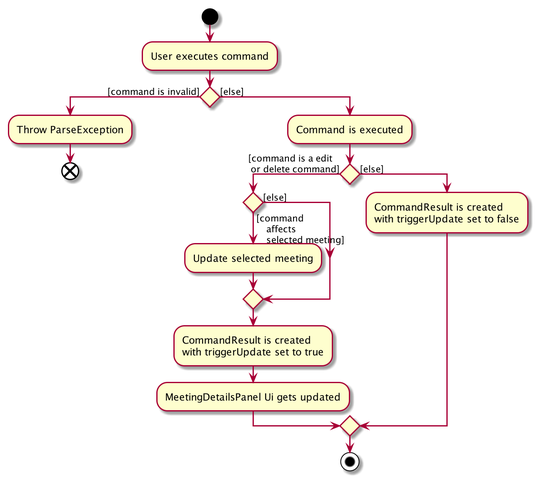
Before: docs/images/ViewMeetingActivityDiagram.png, a diagram exported from PlantUML (nus-cs2103-AY2021S1/tp).
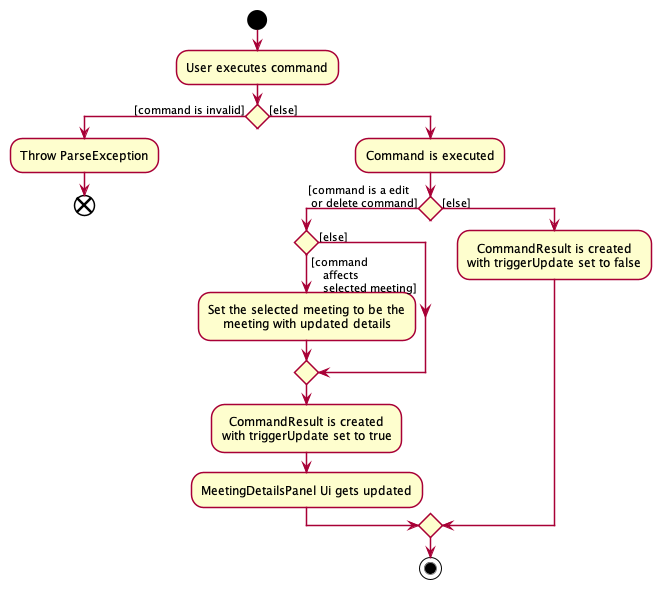
Later version of the same file.

The edit, as a diff of the source:
```diff
@@ -1,4 +1,52 @@
 @startuml
+
+
+
+
+
+
+
+
+skinparam BackgroundColor #FFFFFFF
+
+skinparam Shadowing false
+
+skinparam Class {
+    FontColor #FFFFFF
+    BorderThickness 1
+    BorderColor #FFFFFF
+    StereotypeFontColor #FFFFFF
+    FontName Arial
+}
+
+skinparam Actor {
+    BorderColor #000000
+    Color #000000
+    FontName Arial
+}
+
+skinparam Sequence {
+    MessageAlign center
+    BoxFontSize 15
+    BoxPadding 0
+    BoxFontColor #FFFFFF
+    FontName Arial
+}
+
+skinparam Participant {
+    FontColor #FFFFFFF
+    Padding 20
+}
+
+skinparam MinClassWidth 50
+skinparam ParticipantPadding 10
+skinparam Shadowing false
+skinparam DefaultTextAlignment center
+skinparam packageStyle Rectangle
+
+hide footbox
+hide members
+hide circle
 
 start
 :User executes command;
@@ -13,7 +61,8 @@
     if () then ([command
     affects
     selected meeting])
-        :Update selected meeting;
+        :Set the selected meeting to be the
+        meeting with updated details;
     else([else])
     endif
     :CommandResult is created
```
